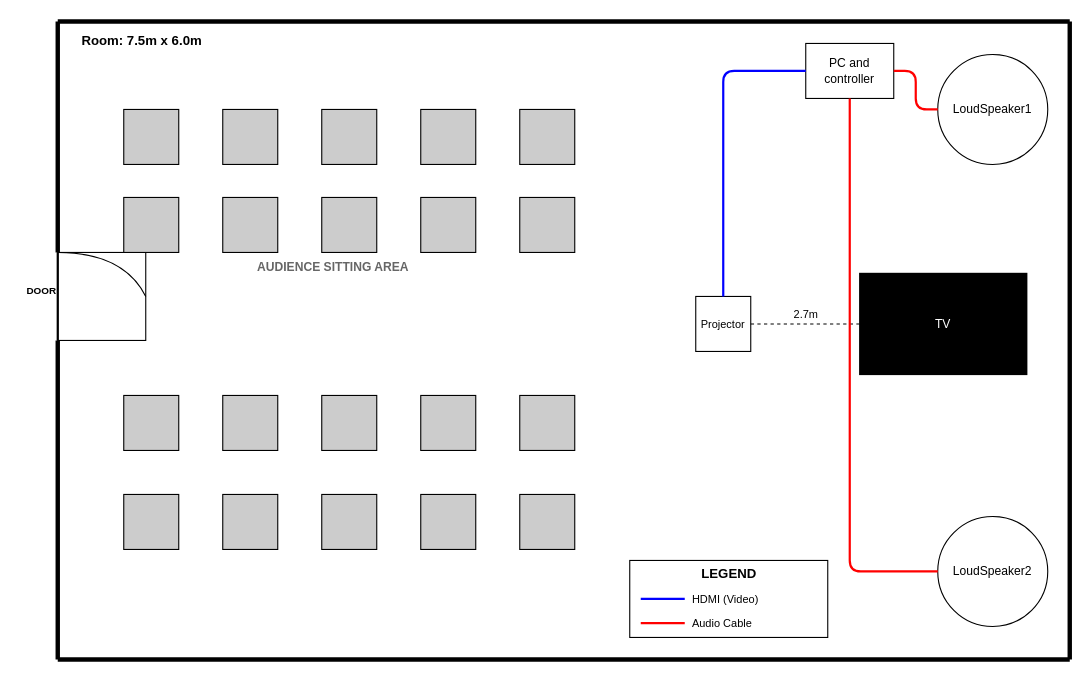
The draw.io diagram lecture_room_diagram.drawio in Artwell-wq/Octpractice, before the edit. Source tidied: cells renumbered, new cells numbered last; positions are measured from the earlier drawing's top-left corner, leaving out a move shared by most shapes. Both pictures are drawn from the tidied source at 110%, with x=0, y=0 at pixel (19, 21).
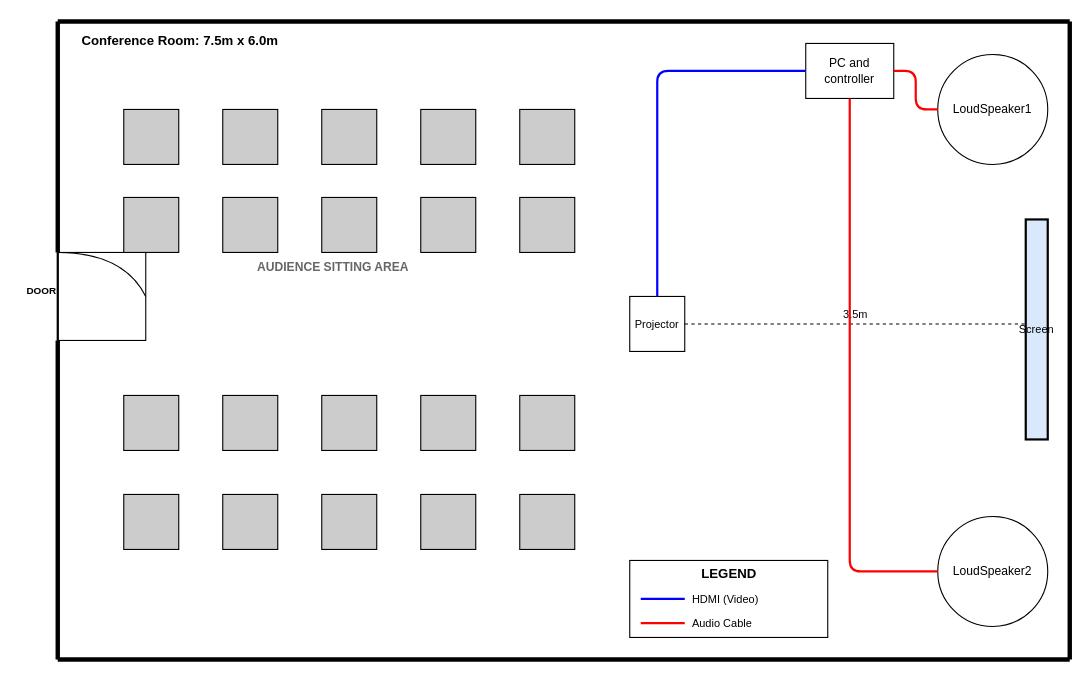
Above is the later version.

Commit message:
Update labels and screen shape per user feedback

- Changed throw distance from 2.7m to 3.5m (more realistic)
- Changed "Room:" to "Conference Room:" in dimensions label
- Changed "TV" to "Screen" label
- Changed screen shape to standard projection screen (vertical 20x200)
- Screen now has light blue fill like earlier design
- Adjusted projector position to match 3.5m throw distance
- All other elements remain unchanged

Diff of the diagram source:
```diff
@@
-    <mxCell id="11" value="Room: 7.5m x 6.0m" style="text;html=1;align=left;verticalAlign=middle;fontSize=12;fontStyle=1;" parent="1" vertex="1">
-      <mxGeometry x="55" y="5" width="150" height="25" as="geometry" />
+    <mxCell id="11" value="Conference Room: 7.5m x 6.0m" style="text;html=1;align=left;verticalAlign=middle;fontSize=12;fontStyle=1;" parent="1" vertex="1">
+      <mxGeometry x="55" y="5" width="220" height="25" as="geometry" />
     </mxCell>
@@
-    <mxCell id="15" value="TV" style="rounded=0;whiteSpace=wrap;html=1;fillColor=#000000;strokeColor=#000000;fontColor=#FFFFFF;fontSize=11;strokeWidth=3;" parent="1" vertex="1">
-      <mxGeometry x="765" y="230" width="150" height="90" as="geometry" />
-    </mxCell>
+    <mxCell id="48" value="Screen" style="rounded=0;whiteSpace=wrap;html=1;fillColor=#dae8fc;strokeColor=#000000;fontSize=10;strokeWidth=2;" parent="1" vertex="1">
+      <mxGeometry x="915" y="180" width="20" height="200" as="geometry" />
+    </mxCell>
     <mxCell id="16" value="Projector" style="rounded=0;whiteSpace=wrap;html=1;fillColor=none;strokeColor=#000000;fontSize=10;" parent="1" vertex="1">
-      <mxGeometry x="615" y="250" width="50" height="50" as="geometry" />
+      <mxGeometry x="555" y="250" width="50" height="50" as="geometry" />
     </mxCell>
-    <mxCell id="17" value="2.7m" style="endArrow=none;html=1;dashed=1;strokeColor=#000000;fontSize=10;labelPosition=center;verticalLabelPosition=top;align=center;verticalAlign=bottom;" parent="1" edge="1">
-      <mxGeometry relative="1" as="geometry">
-        <mxPoint x="665" y="275" as="sourcePoint" />
-        <mxPoint x="765" y="275" as="targetPoint" />
-      </mxGeometry>
-    </mxCell>
+    <mxCell id="49" value="3.5m" style="endArrow=none;html=1;dashed=1;strokeColor=#000000;fontSize=10;labelPosition=center;verticalLabelPosition=top;align=center;verticalAlign=bottom;" parent="1" edge="1">
+      <mxGeometry relative="1" as="geometry">
+        <mxPoint x="605" y="275" as="sourcePoint" />
+        <mxPoint x="915" y="275" as="targetPoint" />
+      </mxGeometry>
+    </mxCell>
@@
     <mxCell id="39" style="endArrow=none;html=1;strokeColor=#0000FF;strokeWidth=2;edgeStyle=orthogonalEdgeStyle;" parent="1" edge="1">
       <mxGeometry relative="1" as="geometry">
         <mxPoint x="715" y="45" as="sourcePoint" />
-        <mxPoint x="640" y="250" as="targetPoint" />
+        <mxPoint x="580" y="250" as="targetPoint" />
         <Array as="points">
-          <mxPoint x="640" y="45" />
+          <mxPoint x="580" y="45" />
         </Array>
       </mxGeometry>
     </mxCell>
```
